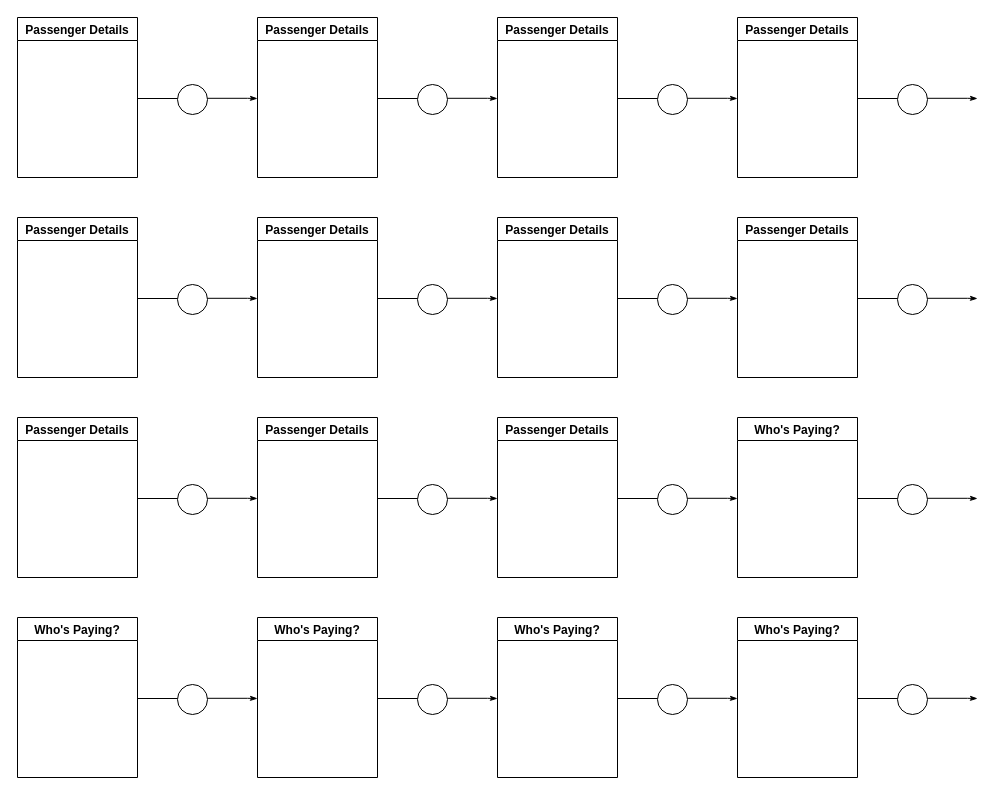
This is page "Page-2" (2 of 3) of Untitled Diagram.drawio from davidjbuchanan/todo_pretty_printed_example, a draw.io file, before an edit. Source tidied: cells renumbered, new cells numbered last; positions are measured from the earlier drawing's top-left corner, leaving out a move shared by most shapes. Both pictures are drawn from the tidied source at 100%, with x=0, y=0 at pixel (17, 17).
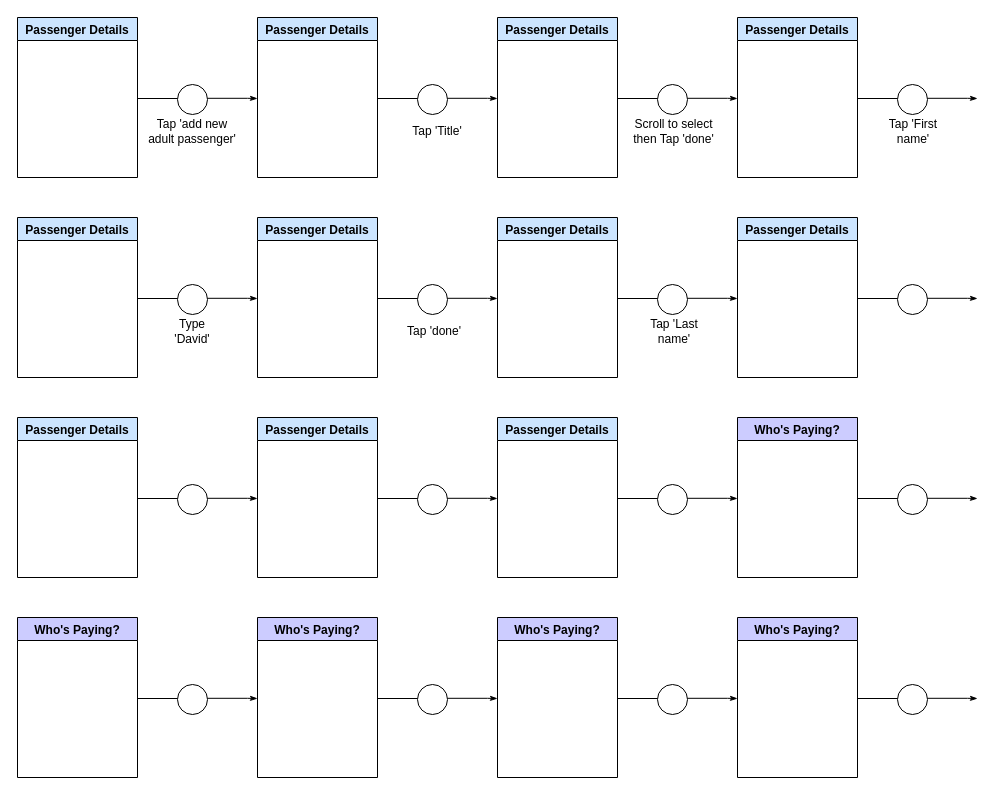
Above is the later version.

What changed in the source:
```diff
@@
-    <mxCell id="3" value="Passenger Details" style="swimlane;" parent="1" vertex="1">
+    <mxCell id="3" value="Passenger Details" style="swimlane;fillColor=#CCE5FF;" parent="1" vertex="1">
       <mxGeometry width="120" height="160" as="geometry" />
     </mxCell>
@@
-    <mxCell id="7" value="Passenger Details" style="swimlane;" parent="1" vertex="1">
+    <mxCell id="7" value="Passenger Details" style="swimlane;fillColor=#CCE5FF;" parent="1" vertex="1">
       <mxGeometry x="240" width="120" height="160" as="geometry" />
     </mxCell>
@@
-    <mxCell id="11" value="Passenger Details" style="swimlane;" parent="1" vertex="1">
+    <mxCell id="11" value="Passenger Details" style="swimlane;fillColor=#CCE5FF;" parent="1" vertex="1">
       <mxGeometry x="480" width="120" height="160" as="geometry" />
     </mxCell>
@@
-    <mxCell id="15" value="Passenger Details" style="swimlane;" parent="1" vertex="1">
+    <mxCell id="15" value="Passenger Details" style="swimlane;fillColor=#CCE5FF;" parent="1" vertex="1">
       <mxGeometry x="720" width="120" height="160" as="geometry" />
     </mxCell>
@@
-    <mxCell id="19" value="Passenger Details" style="swimlane;" parent="1" vertex="1">
+    <mxCell id="19" value="Passenger Details" style="swimlane;fillColor=#CCE5FF;" parent="1" vertex="1">
       <mxGeometry y="200" width="120" height="160" as="geometry" />
     </mxCell>
@@
-    <mxCell id="23" value="Passenger Details" style="swimlane;" parent="1" vertex="1">
+    <mxCell id="23" value="Passenger Details" style="swimlane;fillColor=#CCE5FF;" parent="1" vertex="1">
       <mxGeometry x="240" y="200" width="120" height="160" as="geometry" />
     </mxCell>
@@
-    <mxCell id="27" value="Passenger Details" style="swimlane;" parent="1" vertex="1">
+    <mxCell id="27" value="Passenger Details" style="swimlane;fillColor=#CCE5FF;" parent="1" vertex="1">
       <mxGeometry x="480" y="200" width="120" height="160" as="geometry" />
     </mxCell>
@@
-    <mxCell id="31" value="Passenger Details" style="swimlane;" parent="1" vertex="1">
+    <mxCell id="31" value="Passenger Details" style="swimlane;fillColor=#CCE5FF;" parent="1" vertex="1">
       <mxGeometry x="720" y="200" width="120" height="160" as="geometry" />
     </mxCell>
@@
-    <mxCell id="35" value="Passenger Details" style="swimlane;" parent="1" vertex="1">
+    <mxCell id="35" value="Passenger Details" style="swimlane;fillColor=#CCE5FF;" parent="1" vertex="1">
       <mxGeometry y="400" width="120" height="160" as="geometry" />
     </mxCell>
@@
-    <mxCell id="39" value="Passenger Details" style="swimlane;" parent="1" vertex="1">
+    <mxCell id="39" value="Passenger Details" style="swimlane;fillColor=#CCE5FF;" parent="1" vertex="1">
       <mxGeometry x="240" y="400" width="120" height="160" as="geometry" />
     </mxCell>
@@
-    <mxCell id="43" value="Passenger Details" style="swimlane;" parent="1" vertex="1">
+    <mxCell id="43" value="Passenger Details" style="swimlane;fillColor=#CCE5FF;" parent="1" vertex="1">
       <mxGeometry x="480" y="400" width="120" height="160" as="geometry" />
     </mxCell>
@@
-    <mxCell id="47" value="Who's Paying?" style="swimlane;" parent="1" vertex="1">
+    <mxCell id="47" value="Who's Paying?" style="swimlane;fillColor=#CCCCFF;" parent="1" vertex="1">
       <mxGeometry x="720" y="400" width="120" height="160" as="geometry" />
     </mxCell>
@@
-    <mxCell id="51" value="Who's Paying?" style="swimlane;" parent="1" vertex="1">
+    <mxCell id="51" value="Who's Paying?" style="swimlane;fillColor=#CCCCFF;" parent="1" vertex="1">
       <mxGeometry y="600" width="120" height="160" as="geometry" />
     </mxCell>
@@
-    <mxCell id="55" value="Who's Paying?" style="swimlane;" parent="1" vertex="1">
+    <mxCell id="55" value="Who's Paying?" style="swimlane;fillColor=#CCCCFF;" parent="1" vertex="1">
       <mxGeometry x="240" y="600" width="120" height="160" as="geometry" />
     </mxCell>
@@
-    <mxCell id="59" value="Who's Paying?" style="swimlane;startSize=23;" parent="1" vertex="1">
+    <mxCell id="59" value="Who's Paying?" style="swimlane;startSize=23;fillColor=#CCCCFF;" parent="1" vertex="1">
       <mxGeometry x="480" y="600" width="120" height="160" as="geometry" />
     </mxCell>
@@
-    <mxCell id="63" value="Who's Paying?" style="swimlane;" parent="1" vertex="1">
+    <mxCell id="63" value="Who's Paying?" style="swimlane;fillColor=#CCCCFF;" parent="1" vertex="1">
       <mxGeometry x="720" y="600" width="120" height="160" as="geometry" />
     </mxCell>
@@
+    <mxCell id="66" value="Tap 'add new adult passenger'" style="text;html=1;strokeColor=none;fillColor=none;align=center;verticalAlign=middle;whiteSpace=wrap;rounded=0;labelBackgroundColor=none;labelBorderColor=none;" parent="1" vertex="1">
+      <mxGeometry x="128" y="99" width="94" height="30" as="geometry" />
+    </mxCell>
+    <mxCell id="67" value="Tap 'Title'" style="text;html=1;strokeColor=none;fillColor=none;align=center;verticalAlign=middle;whiteSpace=wrap;rounded=0;labelBackgroundColor=none;labelBorderColor=none;" parent="1" vertex="1">
+      <mxGeometry x="390" y="99" width="60" height="30" as="geometry" />
+    </mxCell>
+    <mxCell id="68" value="Scroll to select then Tap 'done'" style="text;html=1;strokeColor=none;fillColor=none;align=center;verticalAlign=middle;whiteSpace=wrap;rounded=0;labelBackgroundColor=none;labelBorderColor=none;" parent="1" vertex="1">
+      <mxGeometry x="614" y="99" width="85" height="30" as="geometry" />
+    </mxCell>
+    <mxCell id="69" value="Tap 'First name'" style="text;html=1;strokeColor=none;fillColor=none;align=center;verticalAlign=middle;whiteSpace=wrap;rounded=0;labelBackgroundColor=none;labelBorderColor=none;" parent="1" vertex="1">
+      <mxGeometry x="866" y="99" width="60" height="30" as="geometry" />
+    </mxCell>
+    <mxCell id="70" value="Type 'David'" style="text;html=1;strokeColor=none;fillColor=none;align=center;verticalAlign=middle;whiteSpace=wrap;rounded=0;labelBackgroundColor=none;labelBorderColor=none;" parent="1" vertex="1">
+      <mxGeometry x="145" y="299" width="60" height="30" as="geometry" />
+    </mxCell>
+    <mxCell id="71" value="Tap 'done'" style="text;html=1;strokeColor=none;fillColor=none;align=center;verticalAlign=middle;whiteSpace=wrap;rounded=0;labelBackgroundColor=none;labelBorderColor=none;" parent="1" vertex="1">
+      <mxGeometry x="387" y="299" width="60" height="30" as="geometry" />
+    </mxCell>
+    <mxCell id="72" value="Tap 'Last name'" style="text;html=1;strokeColor=none;fillColor=none;align=center;verticalAlign=middle;whiteSpace=wrap;rounded=0;labelBackgroundColor=none;labelBorderColor=none;" parent="1" vertex="1">
+      <mxGeometry x="626.5" y="299" width="60" height="30" as="geometry" />
+    </mxCell>
```
